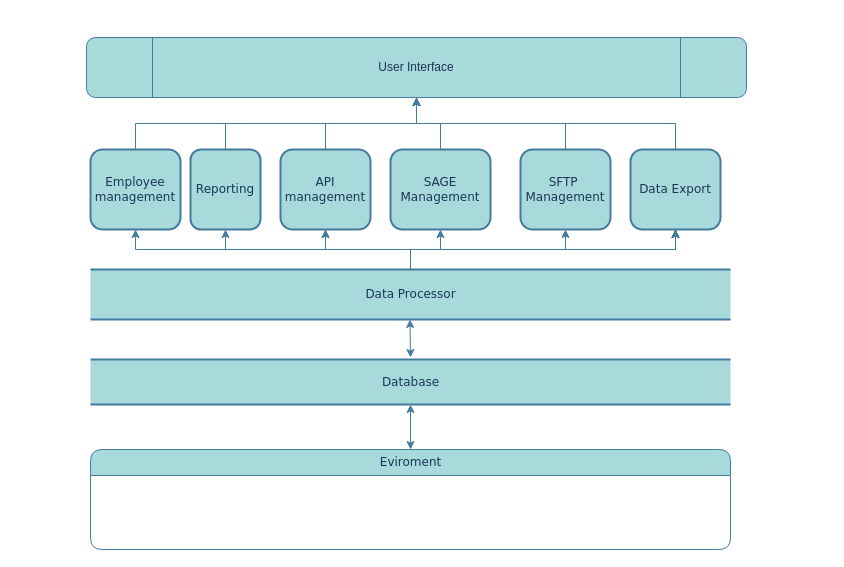
nyashaChiza/design keeps this draw.io diagram as ewd design.drawio. Above is the earlier version. Source tidied: cells renumbered, new cells numbered last; positions are measured from the earlier drawing's top-left corner, leaving out a move shared by most shapes. Both pictures are drawn from the tidied source at 100%, with x=0, y=0 at pixel (86, 37).
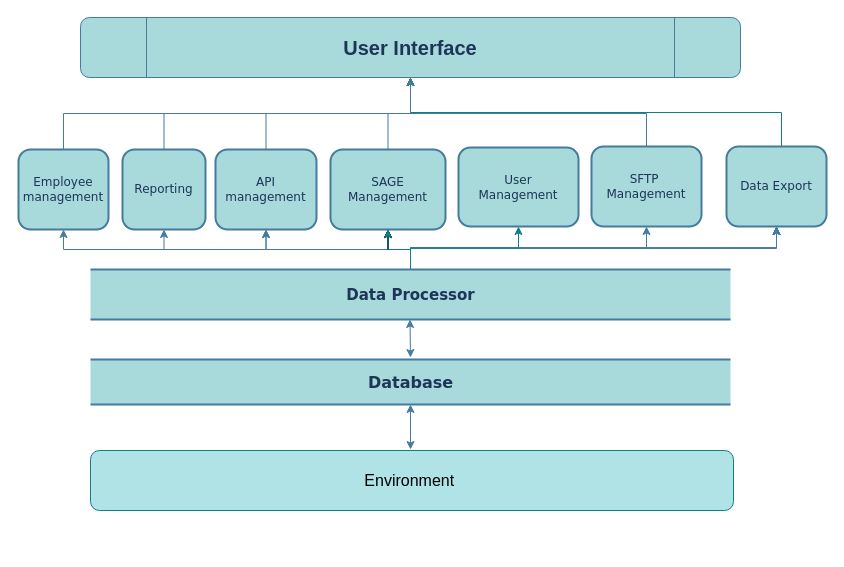
The same page after the edit.

Diff of the diagram source:
```diff
@@
-    <mxCell id="2" value="Database" style="html=1;rounded=0;shadow=0;comic=0;labelBackgroundColor=none;strokeWidth=2;fontFamily=Verdana;fontSize=12;align=center;shape=mxgraph.ios7ui.horLines;fillColor=#A8DADC;strokeColor=#457B9D;fontColor=#1D3557;" parent="1" vertex="1">
+    <mxCell id="2" value="&lt;b&gt;&lt;font style=&quot;font-size: 16px;&quot;&gt;Database&lt;/font&gt;&lt;/b&gt;" style="html=1;rounded=0;shadow=0;comic=0;labelBackgroundColor=none;strokeWidth=2;fontFamily=Verdana;fontSize=12;align=center;shape=mxgraph.ios7ui.horLines;fillColor=#A8DADC;strokeColor=#457B9D;fontColor=#1D3557;" parent="1" vertex="1">
       <mxGeometry x="4" y="322" width="640" height="45" as="geometry" />
     </mxCell>
-    <mxCell id="3" value="Eviroment" style="swimlane;html=1;fontStyle=0;horizontal=1;startSize=26;fillColor=#A8DADC;swimlaneFillColor=#ffffff;align=center;rounded=1;shadow=0;comic=0;labelBackgroundColor=none;strokeWidth=1;fontFamily=Verdana;fontSize=12;strokeColor=#457B9D;fontColor=#1D3557;" parent="1" vertex="1">
-      <mxGeometry x="4" y="412" width="640" height="100" as="geometry" />
-    </mxCell>
@@
+    <mxCell id="32" style="edgeStyle=orthogonalEdgeStyle;rounded=0;jettySize=auto;html=1;fontSize=16;" parent="1" edge="1" source="15" target="28">
+      <mxGeometry relative="1" as="geometry" />
+    </mxCell>
+    <mxCell id="33" style="edgeStyle=orthogonalEdgeStyle;rounded=0;jettySize=auto;html=1;fontSize=16;" parent="1" edge="1" source="15" target="28">
+      <mxGeometry relative="1" as="geometry" />
+    </mxCell>
+    <mxCell id="34" style="edgeStyle=orthogonalEdgeStyle;rounded=0;jettySize=auto;html=1;fontSize=16;fillColor=#b0e3e6;strokeColor=#0e8088;" parent="1" edge="1" source="15" target="28">
+      <mxGeometry relative="1" as="geometry" />
+    </mxCell>
+    <mxCell id="35" style="edgeStyle=orthogonalEdgeStyle;rounded=0;jettySize=auto;html=1;fontSize=16;fillColor=#b0e3e6;strokeColor=#0e8088;" parent="1" edge="1" source="15" target="37">
+      <mxGeometry relative="1" as="geometry" />
+    </mxCell>
-    <mxCell id="15" value="Data Processor" style="html=1;rounded=0;shadow=0;comic=0;labelBackgroundColor=none;strokeWidth=2;fontFamily=Verdana;fontSize=12;align=center;shape=mxgraph.ios7ui.horLines;fillColor=#A8DADC;strokeColor=#457B9D;fontColor=#1D3557;" parent="1" vertex="1">
+    <mxCell id="15" value="&lt;b&gt;&lt;font style=&quot;font-size: 15px;&quot;&gt;Data Processor&lt;/font&gt;&lt;/b&gt;" style="html=1;rounded=0;shadow=0;comic=0;labelBackgroundColor=none;strokeWidth=2;fontFamily=Verdana;fontSize=12;align=center;shape=mxgraph.ios7ui.horLines;fillColor=#A8DADC;strokeColor=#457B9D;fontColor=#1D3557;" parent="1" vertex="1">
       <mxGeometry x="4" y="232" width="640" height="50" as="geometry" />
     </mxCell>
@@
     <mxCell id="17" value="Employee&lt;br&gt;management" style="whiteSpace=wrap;html=1;fontFamily=Verdana;rounded=1;shadow=0;comic=0;labelBackgroundColor=none;strokeWidth=2;fillColor=#A8DADC;strokeColor=#457B9D;fontColor=#1D3557;" parent="1" vertex="1">
-      <mxGeometry x="4" y="112" width="90" height="80" as="geometry" />
+      <mxGeometry x="-68" y="112" width="90" height="80" as="geometry" />
     </mxCell>
@@
     <mxCell id="19" value="Reporting" style="whiteSpace=wrap;html=1;fontFamily=Verdana;rounded=1;shadow=0;comic=0;labelBackgroundColor=none;strokeWidth=2;fillColor=#A8DADC;strokeColor=#457B9D;fontColor=#1D3557;" parent="1" vertex="1">
-      <mxGeometry x="104" y="112" width="70" height="80" as="geometry" />
+      <mxGeometry x="36" y="112" width="83" height="80" as="geometry" />
     </mxCell>
     <mxCell id="20" style="edgeStyle=orthogonalEdgeStyle;rounded=0;jettySize=auto;html=1;exitX=0.5;exitY=0;exitDx=0;exitDy=0;entryX=0.5;entryY=1;entryDx=0;entryDy=0;labelBackgroundColor=#F1FAEE;strokeColor=#457B9D;fontColor=#1D3557;" parent="1" edge="1" source="21" target="29">
-      <mxGeometry relative="1" as="geometry" />
+      <mxGeometry relative="1" as="geometry">
+        <Array as="points">
+          <mxPoint x="560" y="76" />
+          <mxPoint x="324" y="76" />
+        </Array>
+      </mxGeometry>
     </mxCell>
     <mxCell id="21" value="SFTP&amp;nbsp;&lt;br&gt;Management" style="whiteSpace=wrap;html=1;fontFamily=Verdana;rounded=1;shadow=0;comic=0;labelBackgroundColor=none;strokeWidth=2;fillColor=#A8DADC;strokeColor=#457B9D;fontColor=#1D3557;" parent="1" vertex="1">
-      <mxGeometry x="434" y="112" width="90" height="80" as="geometry" />
+      <mxGeometry x="505" y="109" width="110" height="80" as="geometry" />
     </mxCell>
@@
     <mxCell id="24" value="API management" style="whiteSpace=wrap;html=1;fontFamily=Verdana;rounded=1;shadow=0;comic=0;labelBackgroundColor=none;strokeWidth=2;fillColor=#A8DADC;strokeColor=#457B9D;fontColor=#1D3557;" parent="1" vertex="1">
-      <mxGeometry x="194" y="112" width="90" height="80" as="geometry" />
+      <mxGeometry x="129" y="112" width="101" height="80" as="geometry" />
     </mxCell>
-    <mxCell id="25" style="edgeStyle=orthogonalEdgeStyle;rounded=0;jettySize=auto;html=1;exitX=0.5;exitY=0;exitDx=0;exitDy=0;entryX=0.5;entryY=1;entryDx=0;entryDy=0;labelBackgroundColor=#F1FAEE;strokeColor=#457B9D;fontColor=#1D3557;" parent="1" edge="1" source="26" target="29">
-      <mxGeometry relative="1" as="geometry" />
+    <mxCell id="25" style="edgeStyle=orthogonalEdgeStyle;rounded=0;jettySize=auto;html=1;exitX=0.5;exitY=0;exitDx=0;exitDy=0;entryX=0.5;entryY=1;entryDx=0;entryDy=0;fontSize=16;fillColor=#b0e3e6;strokeColor=#0e8088;" parent="1" edge="1" source="26" target="29">
+      <mxGeometry relative="1" as="geometry">
+        <Array as="points">
+          <mxPoint x="695" y="75" />
+          <mxPoint x="324" y="75" />
+        </Array>
+      </mxGeometry>
     </mxCell>
     <mxCell id="26" value="Data Export" style="whiteSpace=wrap;html=1;fontFamily=Verdana;rounded=1;shadow=0;comic=0;labelBackgroundColor=none;strokeWidth=2;fillColor=#A8DADC;strokeColor=#457B9D;fontColor=#1D3557;" parent="1" vertex="1">
-      <mxGeometry x="544" y="112" width="90" height="80" as="geometry" />
+      <mxGeometry x="640" y="109" width="100" height="80" as="geometry" />
     </mxCell>
@@
     <mxCell id="28" value="SAGE Management" style="whiteSpace=wrap;html=1;fontFamily=Verdana;rounded=1;shadow=0;comic=0;labelBackgroundColor=none;strokeWidth=2;fillColor=#A8DADC;strokeColor=#457B9D;fontColor=#1D3557;" parent="1" vertex="1">
-      <mxGeometry x="304" y="112" width="100" height="80" as="geometry" />
+      <mxGeometry x="244" y="112" width="115" height="80" as="geometry" />
     </mxCell>
-    <mxCell id="29" value="User Interface" style="shape=process;whiteSpace=wrap;html=1;backgroundOutline=1;fillColor=#A8DADC;strokeColor=#457B9D;fontColor=#1D3557;rounded=1;" parent="1" vertex="1">
-      <mxGeometry width="660" height="60" as="geometry" />
+    <mxCell id="29" value="&lt;b&gt;&lt;font style=&quot;font-size: 20px;&quot;&gt;User Interface&lt;/font&gt;&lt;/b&gt;" style="shape=process;whiteSpace=wrap;html=1;backgroundOutline=1;fillColor=#A8DADC;strokeColor=#457B9D;fontColor=#1D3557;rounded=1;" parent="1" vertex="1">
+      <mxGeometry x="-6" y="-20" width="660" height="60" as="geometry" />
     </mxCell>
-    <mxCell id="30" style="endArrow=classic;startArrow=classic;html=1;strokeColor=#457B9D;fontColor=#1D3557;fillColor=#A8DADC;exitX=0.5;exitY=0;exitDx=0;exitDy=0;" parent="1" edge="1" source="3" target="2">
-      <mxGeometry relative="1" as="geometry" />
+    <mxCell id="30" style="endArrow=classic;startArrow=classic;html=1;strokeColor=#457B9D;fontColor=#1D3557;fillColor=#A8DADC;exitX=0.5;exitY=0;exitDx=0;exitDy=0;" parent="1" edge="1" target="2">
+      <mxGeometry relative="1" as="geometry">
+        <mxPoint x="324" y="412" as="sourcePoint" />
+      </mxGeometry>
     </mxCell>
@@
+    <mxCell id="36" value="Environment&amp;nbsp;" style="rounded=1;whiteSpace=wrap;html=1;fontSize=16;fillColor=#b0e3e6;strokeColor=#0e8088;" parent="1" vertex="1">
+      <mxGeometry x="4" y="413" width="643" height="60" as="geometry" />
+    </mxCell>
+    <mxCell id="37" value="User &lt;br&gt;Management" style="whiteSpace=wrap;html=1;fontFamily=Verdana;fillColor=#A8DADC;strokeColor=#457B9D;fontColor=#1D3557;rounded=1;shadow=0;comic=0;labelBackgroundColor=none;strokeWidth=2;" parent="1" vertex="1">
+      <mxGeometry x="372" y="110" width="120" height="79" as="geometry" />
+    </mxCell>
```
